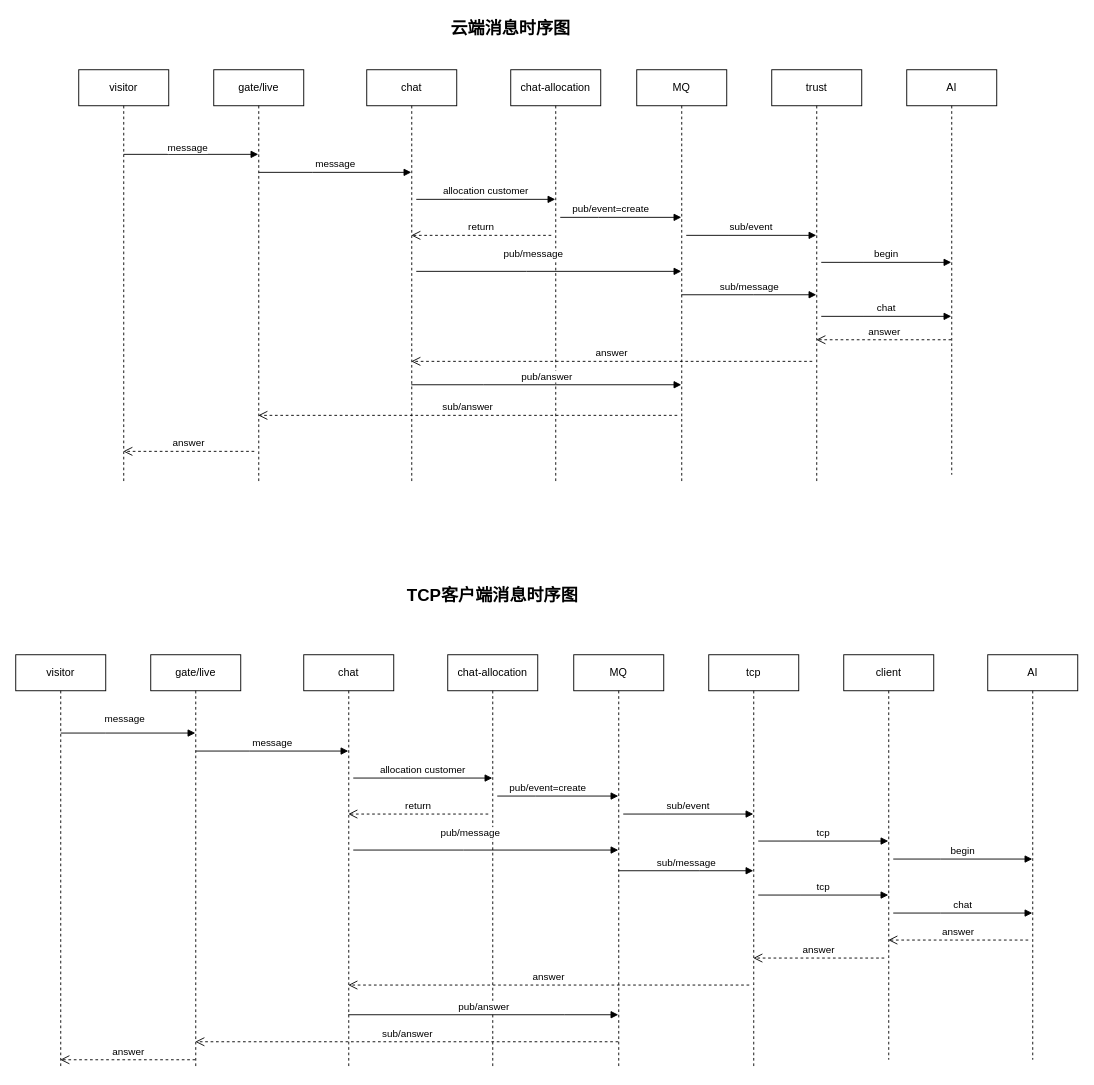
Earlier version of the draw.io diagram drawio/core.drawio (develop-assistant/diagrams). Source tidied: cells renumbered, new cells numbered last; positions are measured from the earlier drawing's top-left corner, leaving out a move shared by most shapes. Both pictures are drawn from the tidied source at 90%, with x=0, y=0 at pixel (15, 15).
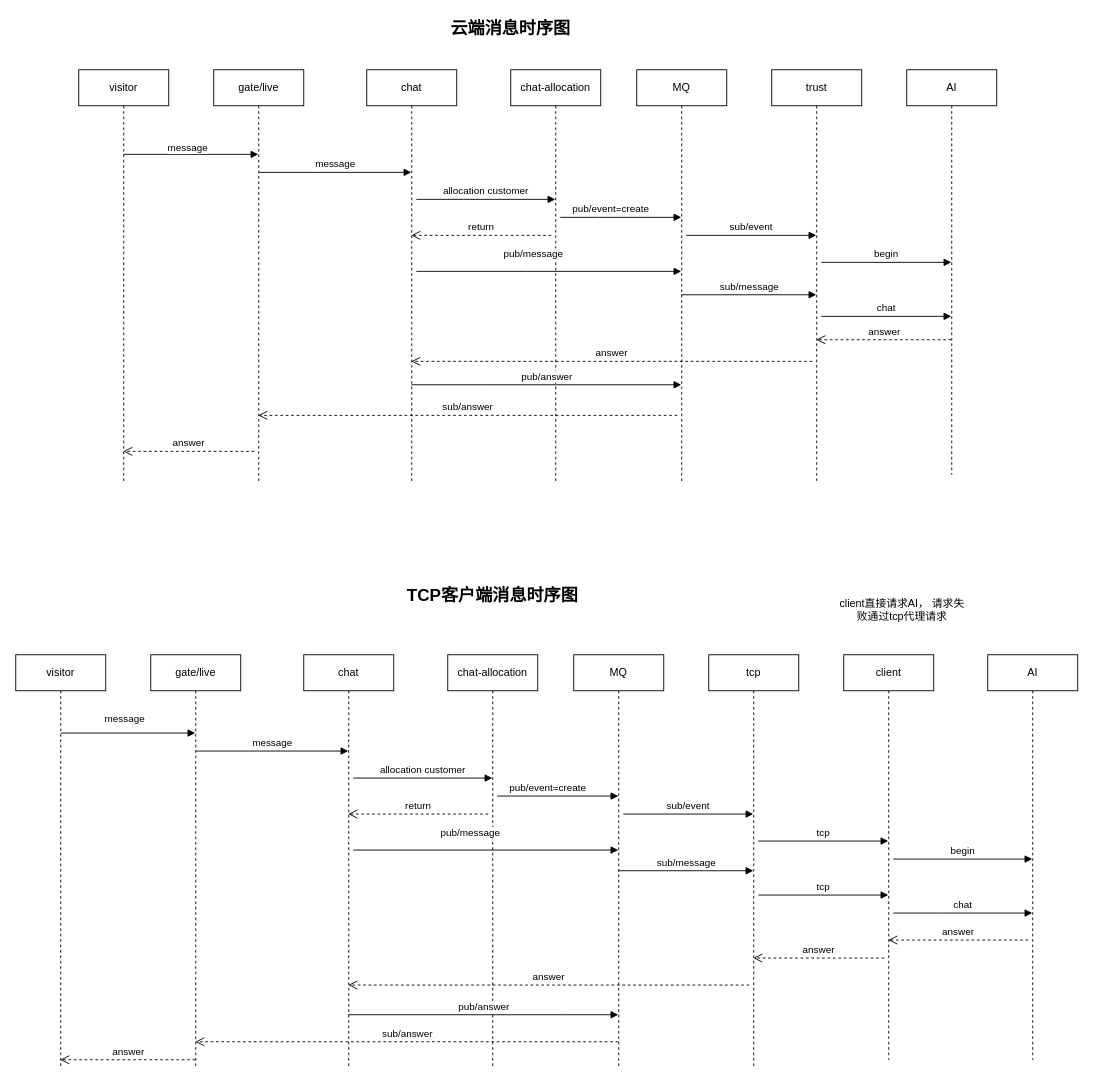
Above is the later version.

What changed in the source:
```diff
@@
+    <mxCell id="54" value="client直接请求AI， 请求失败通过tcp代理请求" style="text;html=1;strokeColor=none;fillColor=none;align=center;verticalAlign=middle;whiteSpace=wrap;rounded=0;" parent="1" vertex="1">
+      <mxGeometry x="910" y="640" width="150" height="40" as="geometry" />
+    </mxCell>
```
